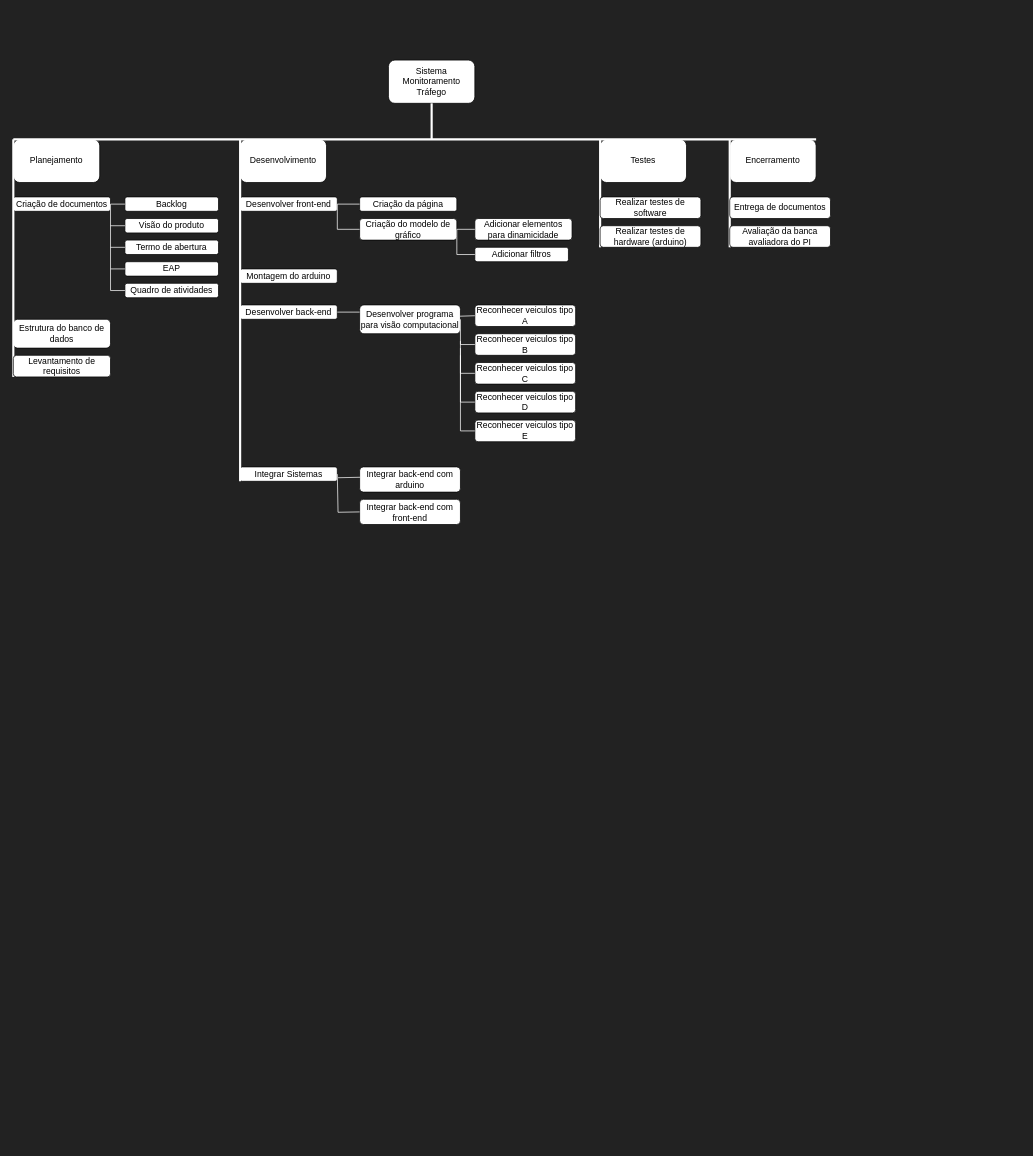
Above: Documentos/EAP.drawio in xandoliveira2/PI-3-SST (draw.io), before the change. Source tidied: cells renumbered, new cells numbered last; positions are measured from the earlier drawing's top-left corner, leaving out a move shared by most shapes. Both pictures are drawn from the tidied source at 72%, with x=0, y=0 at pixel (13, 60).
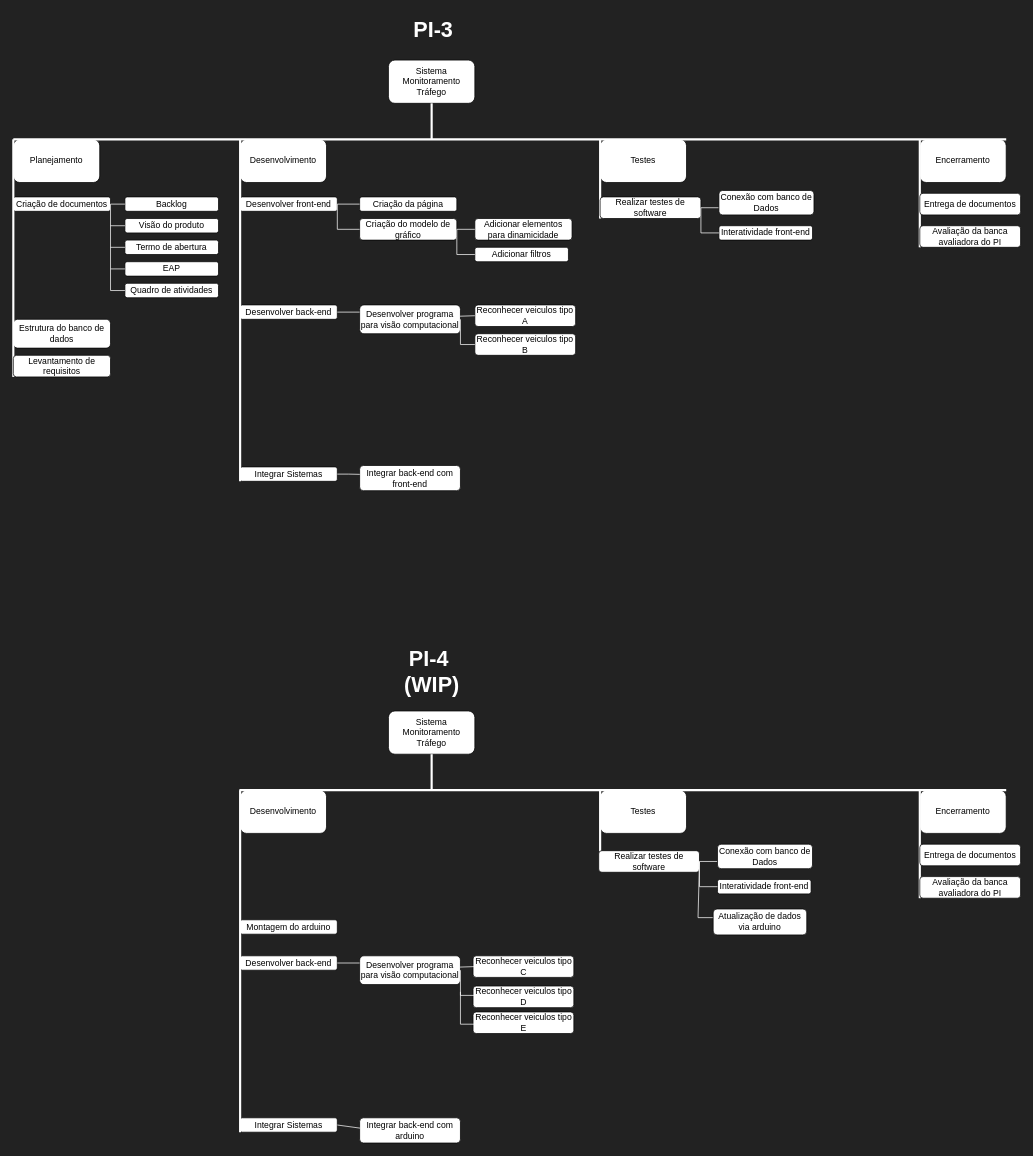
Above is the later version.

Commit message (it also covers changes not shown here):
atualizando EAP

Unchanged cells that the change refers to:
```xml
<mxCell id="30" value="Integrar Sistemas" style="rounded=1;whiteSpace=wrap;html=1;" parent="1" vertex="1">
  <mxGeometry x="315" y="565" width="135" height="20" as="geometry" />
</mxCell>
<mxCell id="48" value="Testes" style="rounded=1;whiteSpace=wrap;html=1;" parent="1" vertex="1">
  <mxGeometry x="815" y="110" width="120" height="60" as="geometry" />
</mxCell>
<mxCell id="50" value="Realizar testes de software" style="rounded=1;whiteSpace=wrap;html=1;" parent="1" vertex="1">
  <mxGeometry x="815" y="190" width="140" height="30" as="geometry" />
</mxCell>
```

The edit, as a diff of the source:
```diff
@@
-    <mxCell id="24" value="Montagem do arduino" style="rounded=1;whiteSpace=wrap;html=1;" parent="1" vertex="1">
-      <mxGeometry x="315" y="290" width="135" height="20" as="geometry" />
-    </mxCell>
@@
-    <mxCell id="27" value="Reconhecer veiculos tipo C" style="rounded=1;whiteSpace=wrap;html=1;" parent="1" vertex="1">
-      <mxGeometry x="641" y="420" width="140" height="30" as="geometry" />
-    </mxCell>
-    <mxCell id="28" value="Reconhecer veiculos tipo D" style="rounded=1;whiteSpace=wrap;html=1;" parent="1" vertex="1">
-      <mxGeometry x="641" y="460" width="140" height="30" as="geometry" />
-    </mxCell>
-    <mxCell id="29" value="Reconhecer veiculos tipo E" style="rounded=1;whiteSpace=wrap;html=1;" parent="1" vertex="1">
-      <mxGeometry x="641" y="500" width="140" height="30" as="geometry" />
-    </mxCell>
@@
-    <mxCell id="31" value="Integrar back-end com arduino" style="rounded=1;whiteSpace=wrap;html=1;" parent="1" vertex="1">
-      <mxGeometry x="481" y="565" width="140" height="35" as="geometry" />
-    </mxCell>
     <mxCell id="32" value="Integrar back-end com front-end" style="rounded=1;whiteSpace=wrap;html=1;" parent="1" vertex="1">
-      <mxGeometry x="481" y="610" width="140" height="35" as="geometry" />
+      <mxGeometry x="481" y="563" width="140" height="35" as="geometry" />
     </mxCell>
@@
-    <mxCell id="39" style="endArrow=none;html=1;rounded=0;strokeColor=#FFFFFF;exitX=0;exitY=0.5;exitDx=0;exitDy=0;" parent="1" edge="1" source="27">
-      <mxGeometry relative="1" as="geometry">
-        <mxPoint x="621" y="390" as="targetPoint" />
-        <Array as="points">
-          <mxPoint x="621" y="435" />
-        </Array>
-      </mxGeometry>
-    </mxCell>
-    <mxCell id="40" style="endArrow=none;html=1;rounded=0;strokeColor=#FFFFFF;exitX=0;exitY=0.5;exitDx=0;exitDy=0;" parent="1" edge="1" source="28">
-      <mxGeometry relative="1" as="geometry">
-        <mxPoint x="621" y="400" as="targetPoint" />
-        <Array as="points">
-          <mxPoint x="621" y="475" />
-        </Array>
-      </mxGeometry>
-    </mxCell>
-    <mxCell id="41" style="endArrow=none;html=1;rounded=0;strokeColor=#FFFFFF;exitX=0;exitY=0.5;exitDx=0;exitDy=0;" parent="1" edge="1" source="29">
-      <mxGeometry relative="1" as="geometry">
-        <mxPoint x="621" y="410" as="targetPoint" />
-        <Array as="points">
-          <mxPoint x="621" y="515" />
-        </Array>
-      </mxGeometry>
-    </mxCell>
-    <mxCell id="42" style="endArrow=none;html=1;rounded=0;strokeColor=#FFFFFF;exitX=0;exitY=0.5;exitDx=0;exitDy=0;entryX=1;entryY=0.5;entryDx=0;entryDy=0;" parent="1" edge="1" source="32" target="30">
+    <mxCell id="42" style="endArrow=none;html=1;rounded=0;strokeColor=#FFFFFF;exitX=0.002;exitY=0.352;exitDx=0;exitDy=0;entryX=1;entryY=0.5;entryDx=0;entryDy=0;exitPerimeter=0;" parent="1" edge="1" source="32" target="30">
       <mxGeometry relative="1" as="geometry">
         <Array as="points">
-          <mxPoint x="451" y="628" />
+          <mxPoint x="466" y="575" />
         </Array>
       </mxGeometry>
     </mxCell>
-    <mxCell id="43" style="endArrow=none;html=1;rounded=0;strokeColor=#FFFFFF;exitX=0.005;exitY=0.411;exitDx=0;exitDy=0;exitPerimeter=0;" parent="1" edge="1" source="31">
-      <mxGeometry relative="1" as="geometry">
-        <mxPoint x="451" y="580" as="targetPoint" />
-      </mxGeometry>
-    </mxCell>
@@
-    <mxCell id="49" style="endArrow=none;html=1;rounded=0;strokeColor=#ffffff;strokeWidth=3;entryX=0;entryY=0;entryDx=0;entryDy=0;" parent="1" edge="1" target="48">
-      <mxGeometry relative="1" as="geometry">
-        <mxPoint x="815" y="260" as="sourcePoint" />
-      </mxGeometry>
+    <mxCell id="49" style="endArrow=none;html=1;rounded=0;strokeColor=#ffffff;strokeWidth=3;entryX=0;entryY=0;entryDx=0;entryDy=0;exitX=0;exitY=1;exitDx=0;exitDy=0;" parent="1" edge="1" source="50" target="48">
+      <mxGeometry relative="1" as="geometry" />
     </mxCell>
@@
-    <mxCell id="51" value="Realizar testes de hardware (arduino)" style="rounded=1;whiteSpace=wrap;html=1;" parent="1" vertex="1">
-      <mxGeometry x="815" y="230" width="140" height="30" as="geometry" />
-    </mxCell>
     <mxCell id="52" value="Encerramento" style="rounded=1;whiteSpace=wrap;html=1;" parent="1" vertex="1">
-      <mxGeometry x="995" y="110" width="120" height="60" as="geometry" />
+      <mxGeometry x="1259" y="110" width="120" height="60" as="geometry" />
     </mxCell>
-    <mxCell id="53" style="endArrow=none;html=1;rounded=0;strokeColor=#ffffff;strokeWidth=3;entryX=0;entryY=0;entryDx=0;entryDy=0;" parent="1" edge="1" target="52">
-      <mxGeometry relative="1" as="geometry">
-        <mxPoint x="995" y="260" as="sourcePoint" />
-      </mxGeometry>
+    <mxCell id="53" style="endArrow=none;html=1;rounded=0;strokeColor=#ffffff;strokeWidth=3;entryX=0;entryY=0;entryDx=0;entryDy=0;exitX=0;exitY=1;exitDx=0;exitDy=0;" parent="1" edge="1" source="55" target="52">
+      <mxGeometry relative="1" as="geometry" />
     </mxCell>
     <mxCell id="54" value="Entrega de documentos" style="rounded=1;whiteSpace=wrap;html=1;" parent="1" vertex="1">
-      <mxGeometry x="995" y="190" width="140" height="30" as="geometry" />
+      <mxGeometry x="1259" y="185" width="140" height="30" as="geometry" />
     </mxCell>
     <mxCell id="55" value="Avaliação da banca avaliadora do PI" style="rounded=1;whiteSpace=wrap;html=1;" parent="1" vertex="1">
-      <mxGeometry x="995" y="230" width="140" height="30" as="geometry" />
+      <mxGeometry x="1259" y="230" width="140" height="30" as="geometry" />
     </mxCell>
@@
+    <mxCell id="59" value="&lt;b&gt;&lt;font style=&quot;font-size: 30px;&quot; color=&quot;#ffffff&quot;&gt;PI-3&lt;/font&gt;&lt;/b&gt;" style="text;html=1;align=center;verticalAlign=middle;whiteSpace=wrap;rounded=0;" parent="1" vertex="1">
+      <mxGeometry x="536" y="-66" width="95" height="46" as="geometry" />
+    </mxCell>
+    <mxCell id="60" value="Sistema Monitoramento Tráfego" style="rounded=1;whiteSpace=wrap;html=1;" parent="1" vertex="1">
+      <mxGeometry x="521" y="904" width="120" height="60" as="geometry" />
+    </mxCell>
+    <mxCell id="61" value="Desenvolvimento" style="rounded=1;whiteSpace=wrap;html=1;" parent="1" vertex="1">
+      <mxGeometry x="315" y="1014" width="120" height="60" as="geometry" />
+    </mxCell>
+    <mxCell id="62" value="Desenvolver back-end" style="rounded=1;whiteSpace=wrap;html=1;" parent="1" vertex="1">
+      <mxGeometry x="315" y="1244" width="135" height="20" as="geometry" />
+    </mxCell>
+    <mxCell id="63" value="Desenvolver programa para visão computacional" style="rounded=1;whiteSpace=wrap;html=1;" parent="1" vertex="1">
+      <mxGeometry x="481" y="1244" width="140" height="40" as="geometry" />
+    </mxCell>
+    <mxCell id="24" value="Montagem do arduino" style="rounded=1;whiteSpace=wrap;html=1;" parent="1" vertex="1">
+      <mxGeometry x="315" y="1194" width="135" height="20" as="geometry" />
+    </mxCell>
+    <mxCell id="27" value="Reconhecer veiculos tipo C" style="rounded=1;whiteSpace=wrap;html=1;" parent="1" vertex="1">
+      <mxGeometry x="638.5" y="1244" width="140" height="30" as="geometry" />
+    </mxCell>
+    <mxCell id="28" value="Reconhecer veiculos tipo D" style="rounded=1;whiteSpace=wrap;html=1;" parent="1" vertex="1">
+      <mxGeometry x="638.5" y="1286" width="140" height="30" as="geometry" />
+    </mxCell>
+    <mxCell id="29" value="Reconhecer veiculos tipo E" style="rounded=1;whiteSpace=wrap;html=1;" parent="1" vertex="1">
+      <mxGeometry x="638.5" y="1322" width="140" height="30" as="geometry" />
+    </mxCell>
+    <mxCell id="64" value="Integrar Sistemas" style="rounded=1;whiteSpace=wrap;html=1;" parent="1" vertex="1">
+      <mxGeometry x="315" y="1469" width="135" height="20" as="geometry" />
+    </mxCell>
+    <mxCell id="31" value="Integrar back-end com arduino" style="rounded=1;whiteSpace=wrap;html=1;" parent="1" vertex="1">
+      <mxGeometry x="481" y="1469" width="140" height="35" as="geometry" />
+    </mxCell>
+    <mxCell id="65" style="endArrow=none;html=1;rounded=0;strokeColor=#ffffff;strokeWidth=3;exitX=0;exitY=1;exitDx=0;exitDy=0;entryX=0;entryY=0;entryDx=0;entryDy=0;" parent="1" edge="1" source="64" target="61">
+      <mxGeometry relative="1" as="geometry" />
+    </mxCell>
+    <mxCell id="66" style="endArrow=none;html=1;rounded=0;strokeColor=#FFFFFF;entryX=1;entryY=0.5;entryDx=0;entryDy=0;exitX=0;exitY=0.25;exitDx=0;exitDy=0;" parent="1" edge="1" source="63" target="62">
+      <mxGeometry relative="1" as="geometry" />
+    </mxCell>
+    <mxCell id="67" style="endArrow=none;html=1;rounded=0;strokeColor=#FFFFFF;entryX=0.996;entryY=0.392;entryDx=0;entryDy=0;exitX=0;exitY=0.5;exitDx=0;exitDy=0;entryPerimeter=0;" parent="1" edge="1" target="63">
+      <mxGeometry relative="1" as="geometry">
+        <mxPoint x="641" y="1259" as="sourcePoint" />
+      </mxGeometry>
+    </mxCell>
+    <mxCell id="68" style="endArrow=none;html=1;rounded=0;strokeColor=#FFFFFF;entryX=1;entryY=0.5;entryDx=0;entryDy=0;exitX=0;exitY=0.5;exitDx=0;exitDy=0;" parent="1" edge="1" target="63">
+      <mxGeometry relative="1" as="geometry">
+        <mxPoint x="641" y="1299" as="sourcePoint" />
+        <Array as="points">
+          <mxPoint x="621" y="1299" />
+        </Array>
+      </mxGeometry>
+    </mxCell>
+    <mxCell id="69" style="endArrow=none;html=1;rounded=0;strokeColor=#FFFFFF;" parent="1" edge="1">
+      <mxGeometry relative="1" as="geometry">
+        <mxPoint x="644" y="1339" as="sourcePoint" />
+        <mxPoint x="621" y="1294" as="targetPoint" />
+        <Array as="points">
+          <mxPoint x="621" y="1339" />
+        </Array>
+      </mxGeometry>
+    </mxCell>
+    <mxCell id="70" style="endArrow=none;html=1;rounded=0;strokeColor=#FFFFFF;exitX=0.005;exitY=0.411;exitDx=0;exitDy=0;exitPerimeter=0;entryX=1;entryY=0.5;entryDx=0;entryDy=0;" parent="1" edge="1" source="31" target="64">
+      <mxGeometry relative="1" as="geometry" />
+    </mxCell>
+    <mxCell id="71" value="Testes" style="rounded=1;whiteSpace=wrap;html=1;" parent="1" vertex="1">
+      <mxGeometry x="815" y="1014" width="120" height="60" as="geometry" />
+    </mxCell>
+    <mxCell id="72" style="endArrow=none;html=1;rounded=0;strokeColor=#ffffff;strokeWidth=3;entryX=0;entryY=0;entryDx=0;entryDy=0;exitX=0;exitY=1;exitDx=0;exitDy=0;" parent="1" edge="1" target="71">
+      <mxGeometry relative="1" as="geometry">
+        <mxPoint x="815" y="1124" as="sourcePoint" />
+      </mxGeometry>
+    </mxCell>
+    <mxCell id="73" value="Encerramento" style="rounded=1;whiteSpace=wrap;html=1;" parent="1" vertex="1">
+      <mxGeometry x="1259" y="1014" width="120" height="60" as="geometry" />
+    </mxCell>
+    <mxCell id="74" style="endArrow=none;html=1;rounded=0;strokeColor=#ffffff;strokeWidth=3;entryX=0;entryY=0;entryDx=0;entryDy=0;exitX=0;exitY=1;exitDx=0;exitDy=0;" parent="1" edge="1" source="76" target="73">
+      <mxGeometry relative="1" as="geometry" />
+    </mxCell>
+    <mxCell id="75" value="Entrega de documentos" style="rounded=1;whiteSpace=wrap;html=1;" parent="1" vertex="1">
+      <mxGeometry x="1259" y="1089" width="140" height="30" as="geometry" />
+    </mxCell>
+    <mxCell id="76" value="Avaliação da banca avaliadora do PI" style="rounded=1;whiteSpace=wrap;html=1;" parent="1" vertex="1">
+      <mxGeometry x="1259" y="1134" width="140" height="30" as="geometry" />
+    </mxCell>
+    <mxCell id="77" style="endArrow=none;html=1;rounded=0;strokeColor=#ffffff;strokeWidth=3;exitX=1;exitY=0;exitDx=0;exitDy=0;" parent="1" edge="1" source="73">
+      <mxGeometry relative="1" as="geometry">
+        <mxPoint x="314" y="1014" as="targetPoint" />
+      </mxGeometry>
+    </mxCell>
+    <mxCell id="78" style="endArrow=none;html=1;rounded=0;strokeColor=#ffffff;strokeWidth=3;entryX=0.5;entryY=1;entryDx=0;entryDy=0;" parent="1" edge="1" target="60">
+      <mxGeometry relative="1" as="geometry">
+        <mxPoint x="581" y="1014" as="sourcePoint" />
+      </mxGeometry>
+    </mxCell>
+    <mxCell id="79" value="&lt;b&gt;&lt;font style=&quot;font-size: 30px;&quot; color=&quot;#ffffff&quot;&gt;PI-4&amp;nbsp; (WIP)&lt;/font&gt;&lt;/b&gt;" style="text;html=1;align=center;verticalAlign=middle;whiteSpace=wrap;rounded=0;" parent="1" vertex="1">
+      <mxGeometry x="525.5" y="811" width="111" height="75" as="geometry" />
+    </mxCell>
+    <mxCell id="80" style="endArrow=none;html=1;rounded=0;strokeColor=#FFFFFF;entryX=1;entryY=0.5;entryDx=0;entryDy=0;exitX=0;exitY=0.5;exitDx=0;exitDy=0;" parent="1" edge="1">
+      <mxGeometry relative="1" as="geometry">
+        <mxPoint x="980" y="205" as="sourcePoint" />
+        <mxPoint x="955" y="205" as="targetPoint" />
+      </mxGeometry>
+    </mxCell>
+    <mxCell id="81" value="Interatividade front-end" style="rounded=1;whiteSpace=wrap;html=1;" parent="1" vertex="1">
+      <mxGeometry x="980" y="230" width="130" height="20" as="geometry" />
+    </mxCell>
+    <mxCell id="82" style="endArrow=none;html=1;rounded=0;strokeColor=#FFFFFF;entryX=1;entryY=0.5;entryDx=0;entryDy=0;exitX=0;exitY=0.5;exitDx=0;exitDy=0;" parent="1" edge="1" source="81">
+      <mxGeometry relative="1" as="geometry">
+        <mxPoint x="955" y="205" as="targetPoint" />
+        <Array as="points">
+          <mxPoint x="955" y="240" />
+        </Array>
+      </mxGeometry>
+    </mxCell>
+    <mxCell id="83" value="Conexão com banco de Dados" style="rounded=1;whiteSpace=wrap;html=1;" parent="1" vertex="1">
+      <mxGeometry x="980" y="181" width="132" height="34" as="geometry" />
+    </mxCell>
+    <mxCell id="84" value="Realizar testes de software" style="rounded=1;whiteSpace=wrap;html=1;" parent="1" vertex="1">
+      <mxGeometry x="813" y="1098" width="140" height="30" as="geometry" />
+    </mxCell>
+    <mxCell id="85" style="endArrow=none;html=1;rounded=0;strokeColor=#FFFFFF;entryX=1;entryY=0.5;entryDx=0;entryDy=0;exitX=0;exitY=0.5;exitDx=0;exitDy=0;" parent="1" edge="1">
+      <mxGeometry relative="1" as="geometry">
+        <mxPoint x="978" y="1113" as="sourcePoint" />
+        <mxPoint x="953" y="1113" as="targetPoint" />
+      </mxGeometry>
+    </mxCell>
+    <mxCell id="86" value="Interatividade front-end" style="rounded=1;whiteSpace=wrap;html=1;" parent="1" vertex="1">
+      <mxGeometry x="978" y="1138" width="130" height="20" as="geometry" />
+    </mxCell>
+    <mxCell id="87" style="endArrow=none;html=1;rounded=0;strokeColor=#FFFFFF;entryX=1;entryY=0.5;entryDx=0;entryDy=0;exitX=0;exitY=0.5;exitDx=0;exitDy=0;" parent="1" edge="1" source="86">
+      <mxGeometry relative="1" as="geometry">
+        <mxPoint x="953" y="1113" as="targetPoint" />
+        <Array as="points">
+          <mxPoint x="953" y="1148" />
+        </Array>
+      </mxGeometry>
+    </mxCell>
+    <mxCell id="88" value="Conexão com banco de Dados" style="rounded=1;whiteSpace=wrap;html=1;" parent="1" vertex="1">
+      <mxGeometry x="978" y="1089" width="132" height="34" as="geometry" />
+    </mxCell>
+    <mxCell id="89" style="endArrow=none;html=1;rounded=0;strokeColor=#FFFFFF;entryX=1;entryY=0.5;entryDx=0;entryDy=0;" parent="1" edge="1" target="84">
+      <mxGeometry relative="1" as="geometry">
+        <mxPoint x="973" y="1191" as="sourcePoint" />
+        <Array as="points">
+          <mxPoint x="951" y="1191" />
+        </Array>
+      </mxGeometry>
+    </mxCell>
+    <mxCell id="90" value="Atualização de dados via arduino" style="rounded=1;whiteSpace=wrap;html=1;" parent="1" vertex="1">
+      <mxGeometry x="972" y="1179" width="130" height="36" as="geometry" />
+    </mxCell>
```
